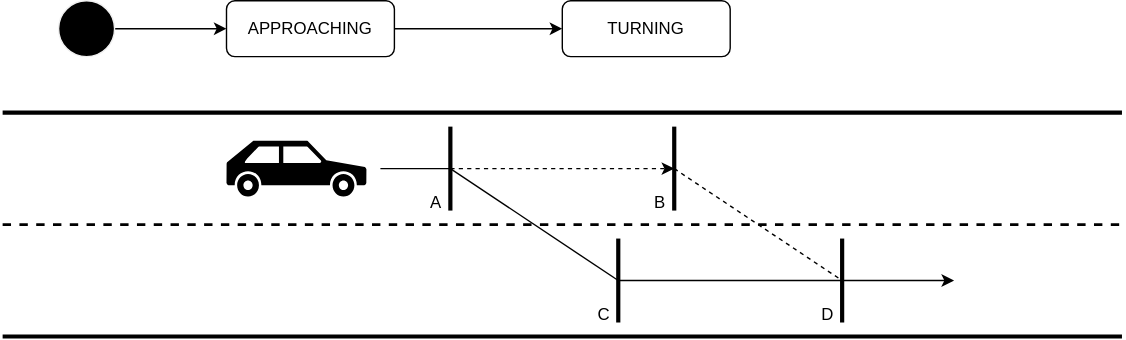
Earlier version of the draw.io export docs/design/autoware-interfaces/ad-api/list/api/planning/docs/steering-factors-2.drawio.svg (autowarefoundation/autoware-documentation). Source tidied: cells renumbered, new cells last; positions are measured from the earlier drawing's top-left corner, leaving out a move shared by most shapes.
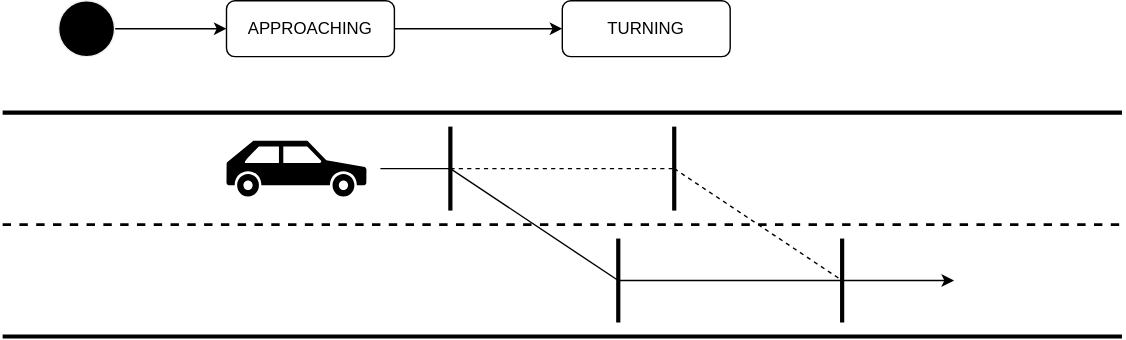
After the commit.

The edit, as a diff of the source:
```diff
@@ -29,7 +29,7 @@
     <mxCell id="6" style="shape=mxgraph.signs.transportation.car_3;html=1;fillColor=#000000;strokeColor=none;verticalLabelPosition=bottom;verticalAlign=top;align=center;flipH=1;" parent="1" vertex="1">
       <mxGeometry x="160" y="100" width="100" height="40" as="geometry" />
     </mxCell>
-    <mxCell id="7" style="endArrow=classic;html=1;dashed=1;" parent="1" edge="1">
+    <mxCell id="7" style="endArrow=none;html=1;dashed=1;endFill=0;" parent="1" edge="1">
       <mxGeometry relative="1" as="geometry">
         <mxPoint x="320" y="120" as="sourcePoint" />
         <mxPoint x="480" y="120" as="targetPoint" />
@@ -92,17 +92,5 @@
     <mxCell id="19" value="TURNING" style="rounded=1;whiteSpace=wrap;html=1;" parent="1" vertex="1">
       <mxGeometry x="400" width="120" height="40" as="geometry" />
     </mxCell>
-    <mxCell id="20" value="A" style="text;html=1;strokeColor=none;fillColor=none;align=center;verticalAlign=middle;whiteSpace=wrap;rounded=0;" parent="1" vertex="1">
-      <mxGeometry x="300" y="130" width="20" height="30" as="geometry" />
-    </mxCell>
-    <mxCell id="21" value="B" style="text;html=1;strokeColor=none;fillColor=none;align=center;verticalAlign=middle;whiteSpace=wrap;rounded=0;" parent="1" vertex="1">
-      <mxGeometry x="460" y="130" width="20" height="30" as="geometry" />
-    </mxCell>
-    <mxCell id="22" value="C" style="text;html=1;strokeColor=none;fillColor=none;align=center;verticalAlign=middle;whiteSpace=wrap;rounded=0;" parent="1" vertex="1">
-      <mxGeometry x="420" y="210" width="20" height="30" as="geometry" />
-    </mxCell>
-    <mxCell id="23" value="D" style="text;html=1;strokeColor=none;fillColor=none;align=center;verticalAlign=middle;whiteSpace=wrap;rounded=0;" parent="1" vertex="1">
-      <mxGeometry x="580" y="210" width="20" height="30" as="geometry" />
-    </mxCell>
   </root>
 </mxGraphModel>
```
